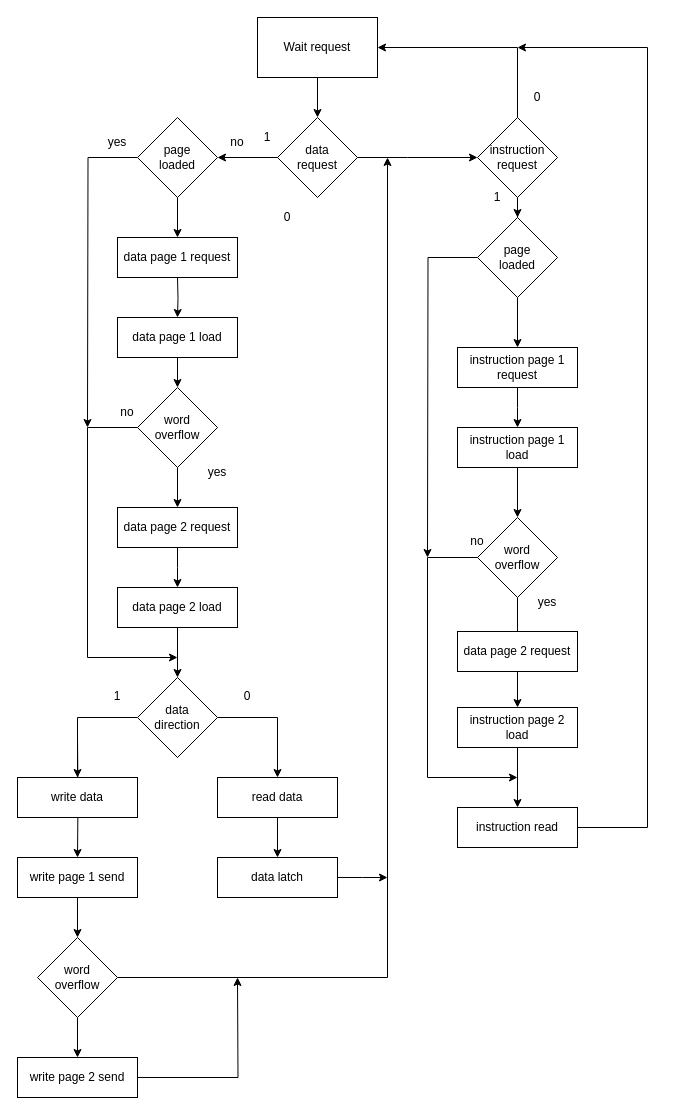
Earlier version of the draw.io diagram diagrams/memory_manager.drawio (vittorio01/CustomCPU). Source tidied: cells renumbered, new cells numbered last; positions are measured from the earlier drawing's top-left corner, leaving out a move shared by most shapes. Both pictures are drawn from the tidied source at 100%, with x=0, y=0 at pixel (17, 17).
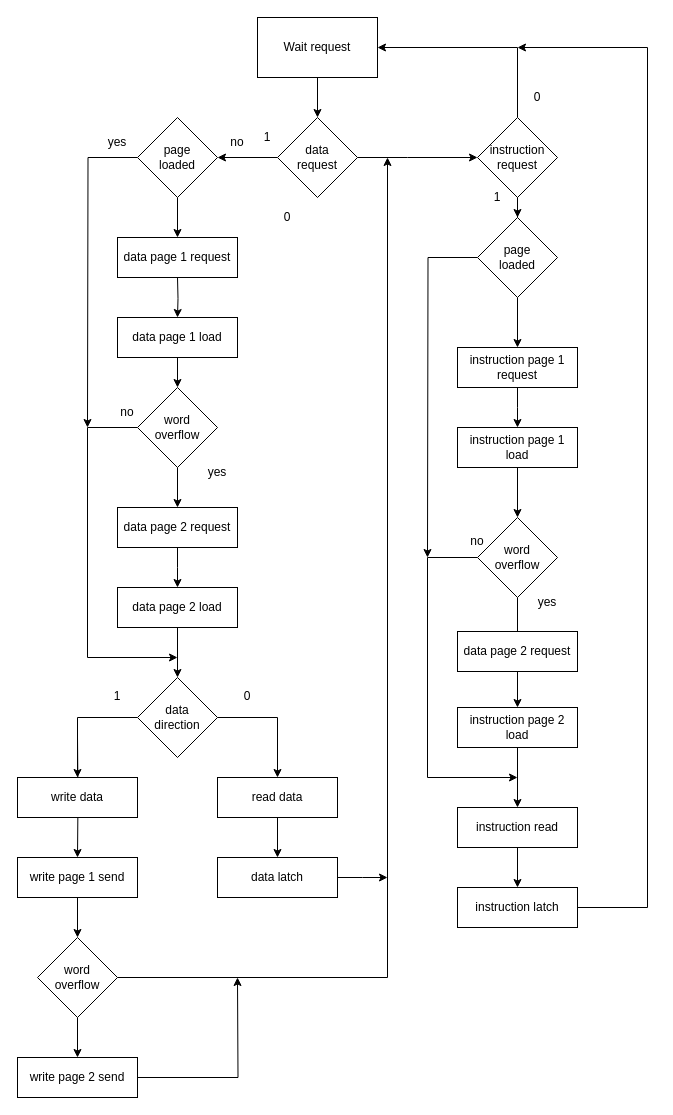
Above is the later version.

Unchanged cells that the change refers to:
```xml
<mxCell id="47" value="instruction read" style="rounded=0;whiteSpace=wrap;html=1;" parent="1" vertex="1">
  <mxGeometry x="440" y="790" width="120" height="40" as="geometry" />
</mxCell>
```

Diff of the diagram source:
```diff
@@
-    <mxCell id="46" style="edgeStyle=orthogonalEdgeStyle;rounded=0;jettySize=auto;html=1;" parent="1" edge="1" source="47">
+    <mxCell id="46" style="edgeStyle=orthogonalEdgeStyle;rounded=0;orthogonalLoop=1;jettySize=auto;html=1;" parent="1" edge="1">
       <mxGeometry relative="1" as="geometry">
+        <mxPoint x="570" y="890" as="sourcePoint" />
         <mxPoint x="500" y="30" as="targetPoint" />
         <Array as="points">
-          <mxPoint x="630" y="810" />
+          <mxPoint x="500" y="890" />
+          <mxPoint x="630" y="890" />
           <mxPoint x="630" y="30" />
         </Array>
       </mxGeometry>
     </mxCell>
+    <mxCell id="67" style="edgeStyle=orthogonalEdgeStyle;rounded=0;jettySize=auto;html=1;" parent="1" edge="1" source="47" target="68">
+      <mxGeometry relative="1" as="geometry" />
+    </mxCell>
@@
+    <mxCell id="68" value="instruction latch" style="rounded=0;whiteSpace=wrap;html=1;" parent="1" vertex="1">
+      <mxGeometry x="440" y="870" width="120" height="40" as="geometry" />
+    </mxCell>
```
